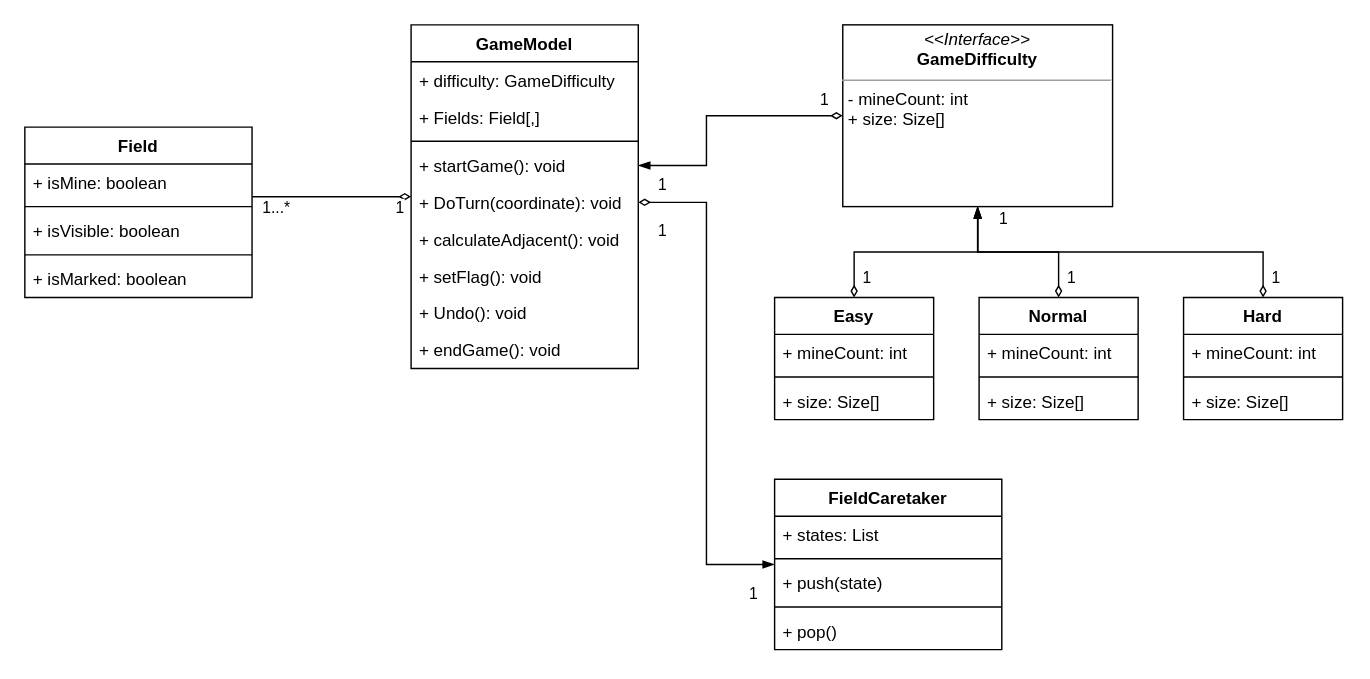
Earlier version of the draw.io diagram DrawioFiles/ClassDiagram_Minesweeper.drawio (DeltaGamingCH/V320_MineSweeper). Source tidied: cells renumbered, new cells numbered last; positions are measured from the earlier drawing's top-left corner, leaving out a move shared by most shapes. Both pictures are drawn from the tidied source at 142%, with x=0, y=0 at pixel (24, 24).
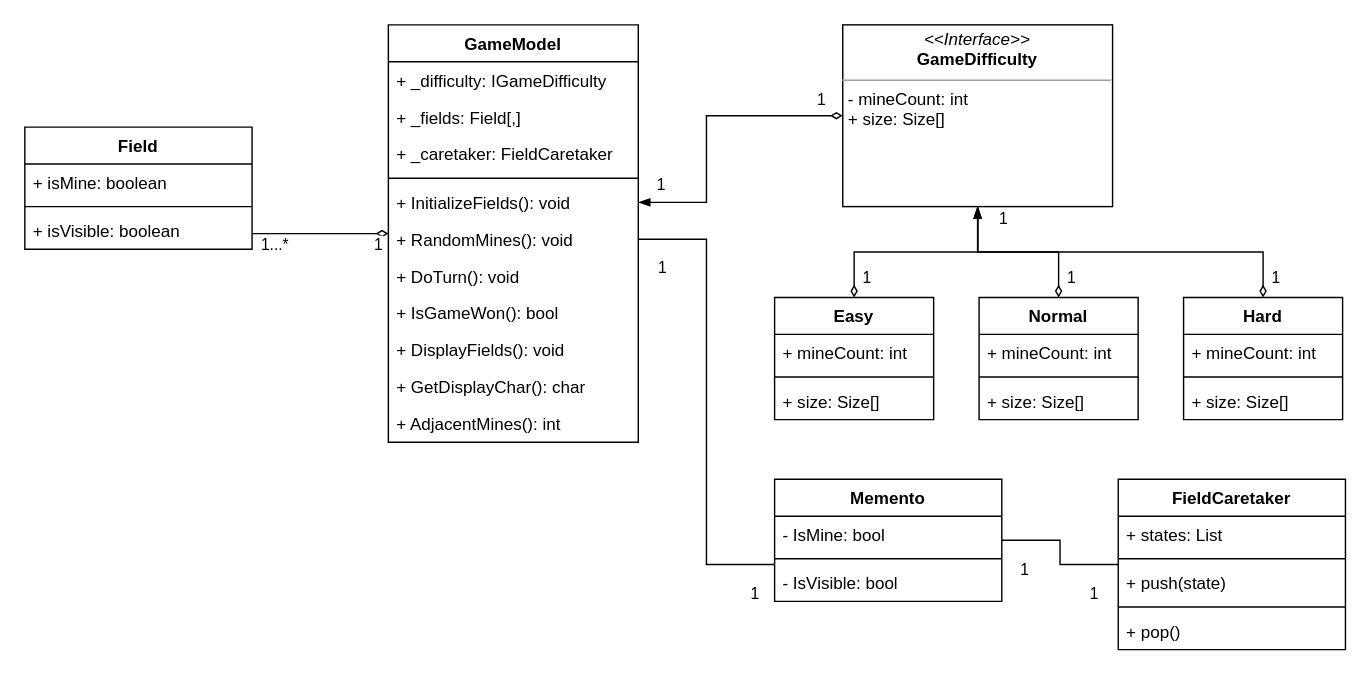
The same diagram, later.

Unchanged cells that the change refers to:
```xml
<mxCell id="17" value="&lt;p style=&quot;margin: 0px ; margin-top: 4px ; text-align: center&quot;&gt;&lt;i&gt;&amp;lt;&amp;lt;Interface&amp;gt;&amp;gt;&lt;/i&gt;&lt;br&gt;&lt;b&gt;GameDifficulty&lt;/b&gt;&lt;/p&gt;&lt;hr size=&quot;1&quot;&gt;&lt;p style=&quot;margin: 0px ; margin-left: 4px&quot;&gt;&lt;span&gt;- mineCount: int&lt;/span&gt;&lt;br&gt;&lt;/p&gt;&lt;p style=&quot;margin: 0px ; margin-left: 4px&quot;&gt;+ size: Size[]&lt;/p&gt;&lt;p style=&quot;margin: 0px ; margin-left: 4px&quot;&gt;&lt;br&gt;&lt;/p&gt;&lt;p style=&quot;margin: 0px ; margin-left: 4px&quot;&gt;&lt;br&gt;&lt;/p&gt;" style="verticalAlign=top;align=left;overflow=fill;fontSize=12;fontFamily=Helvetica;html=1;" parent="1" vertex="1">
  <mxGeometry x="576" width="190" height="128" as="geometry" />
</mxCell>
```

Diff of the diagram source:
```diff
@@
     <mxCell id="5" value="GameModel" style="swimlane;fontStyle=1;align=center;verticalAlign=top;horizontal=1;startSize=26;" parent="1" vertex="1">
-      <mxGeometry x="272" width="160" height="242" as="geometry" />
+      <mxGeometry x="256" width="176" height="294" as="geometry" />
     </mxCell>
-    <mxCell id="6" value="+ difficulty: GameDifficulty" style="text;strokeColor=none;fillColor=none;align=left;verticalAlign=top;spacingLeft=4;spacingRight=4;overflow=hidden;" parent="5" vertex="1">
-      <mxGeometry y="26" width="160" height="26" as="geometry" />
+    <mxCell id="6" value="+ _difficulty: IGameDifficulty" style="text;strokeColor=none;fillColor=none;align=left;verticalAlign=top;spacingLeft=4;spacingRight=4;overflow=hidden;" parent="5" vertex="1">
+      <mxGeometry y="26" width="176" height="26" as="geometry" />
     </mxCell>
-    <mxCell id="7" value="+ Fields: Field[,]" style="text;strokeColor=none;fillColor=none;align=left;verticalAlign=top;spacingLeft=4;spacingRight=4;overflow=hidden;" parent="5" vertex="1">
-      <mxGeometry y="52" width="160" height="26" as="geometry" />
+    <mxCell id="7" value="+ _fields: Field[,]" style="text;strokeColor=none;fillColor=none;align=left;verticalAlign=top;spacingLeft=4;spacingRight=4;overflow=hidden;" parent="5" vertex="1">
+      <mxGeometry y="52" width="176" height="26" as="geometry" />
     </mxCell>
+    <mxCell id="53" value="+ _caretaker: FieldCaretaker" style="text;strokeColor=none;fillColor=none;align=left;verticalAlign=top;spacingLeft=4;spacingRight=4;overflow=hidden;" parent="5" vertex="1">
+      <mxGeometry y="78" width="176" height="26" as="geometry" />
+    </mxCell>
     <mxCell id="8" style="line;strokeWidth=1;fillColor=none;align=left;verticalAlign=middle;spacingTop=-1;spacingLeft=3;spacingRight=3;labelPosition=right;" parent="5" vertex="1">
-      <mxGeometry y="78" width="160" height="8" as="geometry" />
+      <mxGeometry y="104" width="176" height="8" as="geometry" />
     </mxCell>
-    <mxCell id="9" value="+ startGame(): void " style="text;strokeColor=none;fillColor=none;align=left;verticalAlign=top;spacingLeft=4;spacingRight=4;overflow=hidden;points=[[0,0.5],[1,0.5]];portConstraint=eastwest;" parent="5" vertex="1">
-      <mxGeometry y="86" width="160" height="26" as="geometry" />
-    </mxCell>
+    <mxCell id="54" value="+ InitializeFields(): void" style="text;strokeColor=none;fillColor=none;align=left;verticalAlign=top;spacingLeft=4;spacingRight=4;overflow=hidden;" parent="5" vertex="1">
+      <mxGeometry y="112" width="176" height="26" as="geometry" />
+    </mxCell>
+    <mxCell id="55" value="+ RandomMines(): void" style="text;strokeColor=none;fillColor=none;align=left;verticalAlign=top;spacingLeft=4;spacingRight=4;overflow=hidden;" parent="5" vertex="1">
+      <mxGeometry y="138" width="176" height="26" as="geometry" />
+    </mxCell>
-    <mxCell id="10" value="+ DoTurn(coordinate): void" style="text;strokeColor=none;fillColor=none;align=left;verticalAlign=top;spacingLeft=4;spacingRight=4;overflow=hidden;points=[[0,0.5],[1,0.5]];portConstraint=eastwest;" parent="5" vertex="1">
-      <mxGeometry y="112" width="160" height="26" as="geometry" />
+    <mxCell id="10" value="+ DoTurn(): void" style="text;strokeColor=none;fillColor=none;align=left;verticalAlign=top;spacingLeft=4;spacingRight=4;overflow=hidden;points=[[0,0.5],[1,0.5]];portConstraint=eastwest;" parent="5" vertex="1">
+      <mxGeometry y="164" width="176" height="26" as="geometry" />
     </mxCell>
+    <mxCell id="14" value="+ IsGameWon(): bool" style="text;strokeColor=none;fillColor=none;align=left;verticalAlign=top;spacingLeft=4;spacingRight=4;overflow=hidden;" parent="5" vertex="1">
+      <mxGeometry y="190" width="176" height="26" as="geometry" />
+    </mxCell>
+    <mxCell id="56" value="+ DisplayFields(): void" style="text;strokeColor=none;fillColor=none;align=left;verticalAlign=top;spacingLeft=4;spacingRight=4;overflow=hidden;" parent="5" vertex="1">
+      <mxGeometry y="216" width="176" height="26" as="geometry" />
+    </mxCell>
+    <mxCell id="57" value="+ GetDisplayChar(): char" style="text;strokeColor=none;fillColor=none;align=left;verticalAlign=top;spacingLeft=4;spacingRight=4;overflow=hidden;" parent="5" vertex="1">
+      <mxGeometry y="242" width="176" height="26" as="geometry" />
+    </mxCell>
-    <mxCell id="11" value="+ calculateAdjacent(): void" style="text;strokeColor=none;fillColor=none;align=left;verticalAlign=top;spacingLeft=4;spacingRight=4;overflow=hidden;" parent="5" vertex="1">
-      <mxGeometry y="138" width="160" height="26" as="geometry" />
+    <mxCell id="11" value="+ AdjacentMines(): int" style="text;strokeColor=none;fillColor=none;align=left;verticalAlign=top;spacingLeft=4;spacingRight=4;overflow=hidden;" parent="5" vertex="1">
+      <mxGeometry y="268" width="176" height="26" as="geometry" />
     </mxCell>
-    <mxCell id="12" value="+ setFlag(): void" style="text;strokeColor=none;fillColor=none;align=left;verticalAlign=top;spacingLeft=4;spacingRight=4;overflow=hidden;" parent="5" vertex="1">
-      <mxGeometry y="164" width="160" height="26" as="geometry" />
-    </mxCell>
-    <mxCell id="13" value="+ Undo(): void" style="text;strokeColor=none;fillColor=none;align=left;verticalAlign=top;spacingLeft=4;spacingRight=4;overflow=hidden;" parent="5" vertex="1">
-      <mxGeometry y="190" width="160" height="26" as="geometry" />
-    </mxCell>
-    <mxCell id="14" value="+ endGame(): void" style="text;strokeColor=none;fillColor=none;align=left;verticalAlign=top;spacingLeft=4;spacingRight=4;overflow=hidden;" parent="5" vertex="1">
-      <mxGeometry y="216" width="160" height="26" as="geometry" />
-    </mxCell>
-    <mxCell id="15" style="edgeStyle=orthogonalEdgeStyle;rounded=0;jettySize=auto;html=1;entryX=1;entryY=0.5;entryDx=0;entryDy=0;startArrow=diamondThin;startFill=0;endArrow=blockThin;endFill=1;" parent="1" edge="1" source="17" target="9">
+    <mxCell id="15" style="edgeStyle=orthogonalEdgeStyle;rounded=0;jettySize=auto;html=1;startArrow=diamondThin;startFill=0;endArrow=blockThin;endFill=1;" parent="1" edge="1" source="17" target="5">
       <mxGeometry relative="1" as="geometry">
         <Array as="points">
           <mxPoint x="480" y="64" />
-          <mxPoint x="480" y="99" />
+          <mxPoint x="480" y="125" />
         </Array>
       </mxGeometry>
     </mxCell>
@@
-    <mxCell id="37" value="FieldCaretaker" style="swimlane;fontStyle=1;align=center;verticalAlign=top;horizontal=1;startSize=26;" parent="1" vertex="1">
-      <mxGeometry x="528" y="320" width="160" height="120" as="geometry" />
+    <mxCell id="37" value="Memento" style="swimlane;fontStyle=1;align=center;verticalAlign=top;horizontal=1;startSize=26;" parent="1" vertex="1">
+      <mxGeometry x="528" y="320" width="160" height="86" as="geometry" />
     </mxCell>
-    <mxCell id="38" value="+ states: List" style="text;strokeColor=none;fillColor=none;align=left;verticalAlign=top;spacingLeft=4;spacingRight=4;overflow=hidden;" parent="37" vertex="1">
-      <mxGeometry y="26" width="160" height="26" as="geometry" />
-    </mxCell>
-    <mxCell id="39" style="line;strokeWidth=1;fillColor=none;align=left;verticalAlign=middle;spacingTop=-1;spacingLeft=3;spacingRight=3;labelPosition=right;" parent="37" vertex="1">
-      <mxGeometry y="52" width="160" height="8" as="geometry" />
-    </mxCell>
-    <mxCell id="40" value="+ push(state)" style="text;strokeColor=none;fillColor=none;align=left;verticalAlign=top;spacingLeft=4;spacingRight=4;overflow=hidden;" parent="37" vertex="1">
-      <mxGeometry y="60" width="160" height="26" as="geometry" />
-    </mxCell>
-    <mxCell id="41" style="line;strokeWidth=1;fillColor=none;align=left;verticalAlign=middle;spacingTop=-1;spacingLeft=3;spacingRight=3;labelPosition=right;" parent="37" vertex="1">
-      <mxGeometry y="86" width="160" height="8" as="geometry" />
-    </mxCell>
-    <mxCell id="42" value="+ pop()" style="text;strokeColor=none;fillColor=none;align=left;verticalAlign=top;spacingLeft=4;spacingRight=4;overflow=hidden;" parent="37" vertex="1">
-      <mxGeometry y="94" width="160" height="26" as="geometry" />
-    </mxCell>
+    <mxCell id="58" value="- IsMine: bool" style="text;strokeColor=none;fillColor=none;align=left;verticalAlign=top;spacingLeft=4;spacingRight=4;overflow=hidden;" parent="37" vertex="1">
+      <mxGeometry y="26" width="160" height="26" as="geometry" />
+    </mxCell>
+    <mxCell id="59" style="line;strokeWidth=1;fillColor=none;align=left;verticalAlign=middle;spacingTop=-1;spacingLeft=3;spacingRight=3;labelPosition=right;" parent="37" vertex="1">
+      <mxGeometry y="52" width="160" height="8" as="geometry" />
+    </mxCell>
+    <mxCell id="60" value="- IsVisible: bool" style="text;strokeColor=none;fillColor=none;align=left;verticalAlign=top;spacingLeft=4;spacingRight=4;overflow=hidden;" parent="37" vertex="1">
+      <mxGeometry y="60" width="160" height="26" as="geometry" />
+    </mxCell>
     <mxCell id="43" value="Field" style="swimlane;fontStyle=1;align=center;verticalAlign=top;horizontal=1;startSize=26;" parent="1" vertex="1">
-      <mxGeometry y="72" width="160" height="120" as="geometry" />
+      <mxGeometry y="72" width="160" height="86" as="geometry" />
     </mxCell>
@@
-    <mxCell id="47" style="line;strokeWidth=1;fillColor=none;align=left;verticalAlign=middle;spacingTop=-1;spacingLeft=3;spacingRight=3;labelPosition=right;" parent="43" vertex="1">
-      <mxGeometry y="86" width="160" height="8" as="geometry" />
-    </mxCell>
-    <mxCell id="48" value="+ isMarked: boolean" style="text;strokeColor=none;fillColor=none;align=left;verticalAlign=top;spacingLeft=4;spacingRight=4;overflow=hidden;" parent="43" vertex="1">
-      <mxGeometry y="94" width="160" height="26" as="geometry" />
-    </mxCell>
-    <mxCell id="49" style="edgeStyle=orthogonalEdgeStyle;rounded=0;jettySize=auto;html=1;exitX=1;exitY=0.5;exitDx=0;exitDy=0;startArrow=diamondThin;startFill=0;endArrow=blockThin;endFill=1;" parent="1" edge="1" source="10" target="37">
+    <mxCell id="49" style="edgeStyle=orthogonalEdgeStyle;rounded=0;jettySize=auto;html=1;startArrow=none;startFill=0;endArrow=none;endFill=0;" parent="1" edge="1" source="5" target="37">
       <mxGeometry relative="1" as="geometry">
         <Array as="points">
-          <mxPoint x="480" y="125" />
+          <mxPoint x="480" y="151" />
           <mxPoint x="480" y="380" />
         </Array>
       </mxGeometry>
     </mxCell>
     <mxCell id="50" value="1" style="edgeLabel;html=1;align=center;verticalAlign=middle;" parent="49" vertex="1">
       <mxGeometry x="-0.95" y="4" relative="1" as="geometry">
-        <mxPoint x="7" y="-9" as="offset" />
+        <mxPoint x="7" y="-35" as="offset" />
       </mxGeometry>
     </mxCell>
     <mxCell id="51" value="1" style="edgeLabel;html=1;align=center;verticalAlign=middle;" parent="49" vertex="1">
       <mxGeometry x="-0.91" y="-2" relative="1" as="geometry">
-        <mxPoint y="17" as="offset" />
+        <mxPoint x="1" y="17" as="offset" />
       </mxGeometry>
     </mxCell>
@@
+    <mxCell id="61" value="FieldCaretaker" style="swimlane;fontStyle=1;align=center;verticalAlign=top;horizontal=1;startSize=26;" parent="1" vertex="1">
+      <mxGeometry x="770" y="320" width="160" height="120" as="geometry" />
+    </mxCell>
+    <mxCell id="38" value="+ states: List" style="text;strokeColor=none;fillColor=none;align=left;verticalAlign=top;spacingLeft=4;spacingRight=4;overflow=hidden;" parent="61" vertex="1">
+      <mxGeometry y="26" width="160" height="26" as="geometry" />
+    </mxCell>
+    <mxCell id="62" style="line;strokeWidth=1;fillColor=none;align=left;verticalAlign=middle;spacingTop=-1;spacingLeft=3;spacingRight=3;labelPosition=right;" parent="61" vertex="1">
+      <mxGeometry y="52" width="160" height="8" as="geometry" />
+    </mxCell>
+    <mxCell id="40" value="+ push(state)" style="text;strokeColor=none;fillColor=none;align=left;verticalAlign=top;spacingLeft=4;spacingRight=4;overflow=hidden;" parent="61" vertex="1">
+      <mxGeometry y="60" width="160" height="26" as="geometry" />
+    </mxCell>
+    <mxCell id="63" style="line;strokeWidth=1;fillColor=none;align=left;verticalAlign=middle;spacingTop=-1;spacingLeft=3;spacingRight=3;labelPosition=right;" parent="61" vertex="1">
+      <mxGeometry y="86" width="160" height="8" as="geometry" />
+    </mxCell>
+    <mxCell id="42" value="+ pop()" style="text;strokeColor=none;fillColor=none;align=left;verticalAlign=top;spacingLeft=4;spacingRight=4;overflow=hidden;" parent="61" vertex="1">
+      <mxGeometry y="94" width="160" height="26" as="geometry" />
+    </mxCell>
+    <mxCell id="64" style="edgeStyle=orthogonalEdgeStyle;rounded=0;jettySize=auto;html=1;endArrow=none;endFill=0;startArrow=none;startFill=0;" parent="1" edge="1" source="37" target="61">
+      <mxGeometry relative="1" as="geometry" />
+    </mxCell>
+    <mxCell id="65" value="1" style="edgeLabel;html=1;align=center;verticalAlign=middle;" parent="64" vertex="1">
+      <mxGeometry x="0.72" y="-4" relative="1" as="geometry">
+        <mxPoint x="-4" y="16" as="offset" />
+      </mxGeometry>
+    </mxCell>
+    <mxCell id="66" value="1" style="edgeLabel;html=1;align=center;verticalAlign=middle;" parent="64" vertex="1">
+      <mxGeometry x="-0.85" y="1" relative="1" as="geometry">
+        <mxPoint x="8" y="21" as="offset" />
+      </mxGeometry>
+    </mxCell>
```
